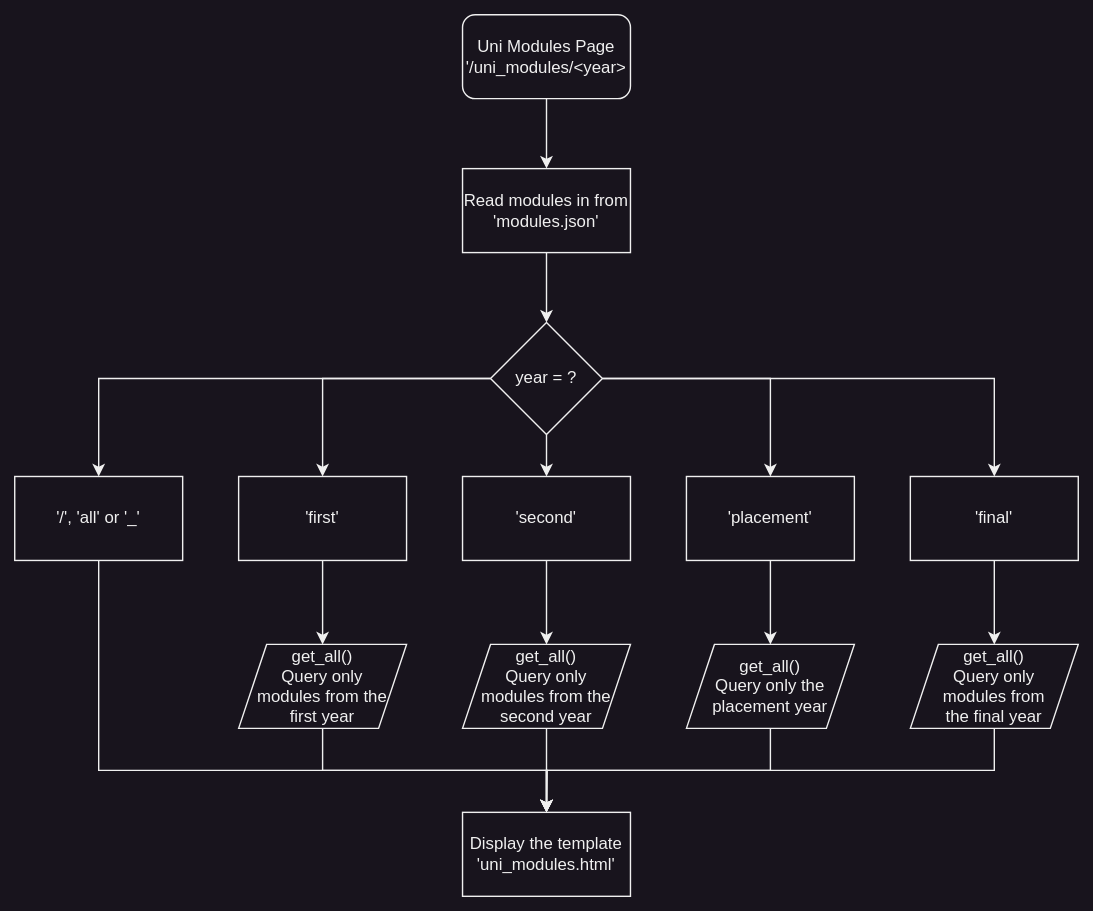
This is res/flow_diagrams/Uni_Modules.svg from corey-richardson/course-progress-tracker, a draw.io export, as it was before one commit. Source tidied: cells renumbered, new cells last; positions are measured from the earlier drawing's top-left corner, leaving out a move shared by most shapes.
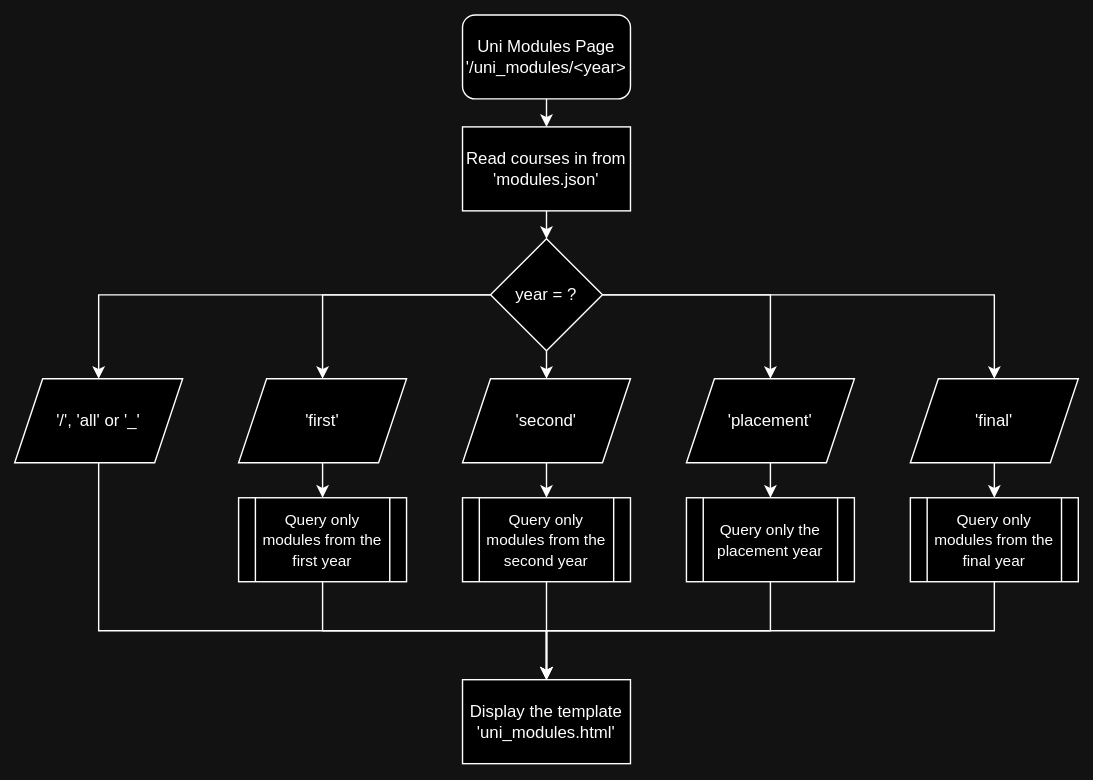
After the change.

Commit message:
Edit to flow diagrams

Diff of the diagram source:
```diff
@@ -2,99 +2,97 @@
   <root>
     <mxCell id="0" />
     <mxCell id="1" parent="0" />
-    <mxCell id="2" style="edgeStyle=orthogonalEdgeStyle;rounded=0;jettySize=auto;html=1;exitX=0.5;exitY=1;exitDx=0;exitDy=0;" parent="1" edge="1" source="3" target="30">
-      <mxGeometry relative="1" as="geometry" />
-    </mxCell>
+    <mxCell id="31" style="edgeStyle=orthogonalEdgeStyle;rounded=0;jettySize=auto;html=1;exitX=0.5;exitY=1;exitDx=0;exitDy=0;entryX=0.5;entryY=0;entryDx=0;entryDy=0;" parent="1" edge="1" source="3" target="33">
+      <mxGeometry relative="1" as="geometry" />
+    </mxCell>
-    <mxCell id="3" value="Uni Modules Page&lt;br&gt;'/uni_modules/&amp;lt;year&lt;span style=&quot;background-color: initial;&quot;&gt;&amp;gt;&lt;/span&gt;" style="rounded=1;whiteSpace=wrap;html=1;" parent="1" vertex="1">
-      <mxGeometry x="320" width="120" height="60" as="geometry" />
+    <mxCell id="3" value="Uni Modules Page&lt;br&gt;'/uni_modules/&amp;lt;year&amp;gt;" style="rounded=1;whiteSpace=wrap;html=1;" parent="1" vertex="1">
+      <mxGeometry x="320" y="70" width="120" height="60" as="geometry" />
     </mxCell>
-    <mxCell id="4" style="edgeStyle=orthogonalEdgeStyle;rounded=0;jettySize=auto;html=1;exitX=0.5;exitY=1;exitDx=0;exitDy=0;entryX=0.5;entryY=0;entryDx=0;entryDy=0;" parent="1" edge="1" source="5" target="17">
-      <mxGeometry relative="1" as="geometry" />
-    </mxCell>
-    <mxCell id="5" value="'second'" style="rounded=0;whiteSpace=wrap;html=1;" parent="1" vertex="1">
-      <mxGeometry x="320" y="330" width="120" height="60" as="geometry" />
-    </mxCell>
-    <mxCell id="6" style="edgeStyle=orthogonalEdgeStyle;rounded=0;jettySize=auto;html=1;exitX=0.5;exitY=1;exitDx=0;exitDy=0;entryX=0.5;entryY=0;entryDx=0;entryDy=0;" parent="1" edge="1" source="7" target="15">
-      <mxGeometry relative="1" as="geometry" />
-    </mxCell>
-    <mxCell id="7" value="'first'" style="rounded=0;whiteSpace=wrap;html=1;" parent="1" vertex="1">
-      <mxGeometry x="160" y="330" width="120" height="60" as="geometry" />
-    </mxCell>
-    <mxCell id="8" style="edgeStyle=orthogonalEdgeStyle;rounded=0;jettySize=auto;html=1;exitX=0.5;exitY=1;exitDx=0;exitDy=0;entryX=0.5;entryY=0;entryDx=0;entryDy=0;" parent="1" edge="1" source="9" target="19">
-      <mxGeometry relative="1" as="geometry" />
-    </mxCell>
-    <mxCell id="9" value="'placement'" style="rounded=0;whiteSpace=wrap;html=1;" parent="1" vertex="1">
-      <mxGeometry x="480" y="330" width="120" height="60" as="geometry" />
-    </mxCell>
-    <mxCell id="10" style="edgeStyle=orthogonalEdgeStyle;rounded=0;jettySize=auto;html=1;exitX=0.5;exitY=1;exitDx=0;exitDy=0;entryX=0.5;entryY=0;entryDx=0;entryDy=0;" parent="1" edge="1" source="11" target="21">
-      <mxGeometry relative="1" as="geometry" />
-    </mxCell>
-    <mxCell id="11" value="'final'" style="rounded=0;whiteSpace=wrap;html=1;" parent="1" vertex="1">
-      <mxGeometry x="640" y="330" width="120" height="60" as="geometry" />
-    </mxCell>
-    <mxCell id="12" style="edgeStyle=orthogonalEdgeStyle;rounded=0;jettySize=auto;html=1;exitX=0.5;exitY=1;exitDx=0;exitDy=0;entryX=0.5;entryY=0;entryDx=0;entryDy=0;" parent="1" edge="1" source="13" target="22">
-      <mxGeometry relative="1" as="geometry">
-        <Array as="points">
-          <mxPoint x="60" y="540" />
-          <mxPoint x="380" y="540" />
-        </Array>
-      </mxGeometry>
-    </mxCell>
-    <mxCell id="13" value="'/', 'all' or '_'" style="rounded=0;whiteSpace=wrap;html=1;" parent="1" vertex="1">
-      <mxGeometry y="330" width="120" height="60" as="geometry" />
-    </mxCell>
-    <mxCell id="14" style="edgeStyle=orthogonalEdgeStyle;rounded=0;jettySize=auto;html=1;exitX=0.5;exitY=1;exitDx=0;exitDy=0;" parent="1" edge="1" source="15">
-      <mxGeometry relative="1" as="geometry">
-        <mxPoint x="380" y="570" as="targetPoint" />
-      </mxGeometry>
-    </mxCell>
-    <mxCell id="15" value="get_all()&lt;br&gt;Query only&lt;br&gt;modules from the &lt;br&gt;first year" style="shape=parallelogram;perimeter=parallelogramPerimeter;whiteSpace=wrap;html=1;fixedSize=1;" parent="1" vertex="1">
-      <mxGeometry x="160" y="450" width="120" height="60" as="geometry" />
-    </mxCell>
-    <mxCell id="16" style="edgeStyle=orthogonalEdgeStyle;rounded=0;jettySize=auto;html=1;exitX=0.5;exitY=1;exitDx=0;exitDy=0;entryX=0.5;entryY=0;entryDx=0;entryDy=0;" parent="1" edge="1" source="17" target="22">
-      <mxGeometry relative="1" as="geometry" />
-    </mxCell>
-    <mxCell id="17" value="get_all()&lt;br&gt;Query only &lt;br&gt;modules from the second year" style="shape=parallelogram;perimeter=parallelogramPerimeter;whiteSpace=wrap;html=1;fixedSize=1;" parent="1" vertex="1">
-      <mxGeometry x="320" y="450" width="120" height="60" as="geometry" />
-    </mxCell>
-    <mxCell id="18" style="edgeStyle=orthogonalEdgeStyle;rounded=0;jettySize=auto;html=1;exitX=0.5;exitY=1;exitDx=0;exitDy=0;entryX=0.5;entryY=0;entryDx=0;entryDy=0;" parent="1" edge="1" source="19" target="22">
-      <mxGeometry relative="1" as="geometry" />
-    </mxCell>
-    <mxCell id="19" value="get_all()&lt;br&gt;Query only the placement year" style="shape=parallelogram;perimeter=parallelogramPerimeter;whiteSpace=wrap;html=1;fixedSize=1;" parent="1" vertex="1">
-      <mxGeometry x="480" y="450" width="120" height="60" as="geometry" />
-    </mxCell>
-    <mxCell id="20" style="edgeStyle=orthogonalEdgeStyle;rounded=0;jettySize=auto;html=1;exitX=0.5;exitY=1;exitDx=0;exitDy=0;entryX=0.5;entryY=0;entryDx=0;entryDy=0;" parent="1" edge="1" source="21" target="22">
-      <mxGeometry relative="1" as="geometry" />
-    </mxCell>
-    <mxCell id="21" value="get_all()&lt;br&gt;Query only &lt;br&gt;modules from &lt;br&gt;the final year" style="shape=parallelogram;perimeter=parallelogramPerimeter;whiteSpace=wrap;html=1;fixedSize=1;" parent="1" vertex="1">
-      <mxGeometry x="640" y="450" width="120" height="60" as="geometry" />
-    </mxCell>
     <mxCell id="22" value="Display the template 'uni_modules.html'" style="rounded=0;whiteSpace=wrap;html=1;" parent="1" vertex="1">
-      <mxGeometry x="320" y="570" width="120" height="60" as="geometry" />
+      <mxGeometry x="320" y="545" width="120" height="60" as="geometry" />
     </mxCell>
+    <mxCell id="24" style="edgeStyle=orthogonalEdgeStyle;rounded=0;jettySize=auto;html=1;exitX=0.5;exitY=1;exitDx=0;exitDy=0;entryX=0.5;entryY=0;entryDx=0;entryDy=0;" parent="1" edge="1" source="28" target="5">
+      <mxGeometry relative="1" as="geometry" />
+    </mxCell>
     <mxCell id="23" style="edgeStyle=orthogonalEdgeStyle;rounded=0;jettySize=auto;html=1;exitX=0;exitY=0.5;exitDx=0;exitDy=0;entryX=0.5;entryY=0;entryDx=0;entryDy=0;" parent="1" edge="1" source="28" target="13">
       <mxGeometry relative="1" as="geometry" />
     </mxCell>
-    <mxCell id="24" style="edgeStyle=orthogonalEdgeStyle;rounded=0;jettySize=auto;html=1;exitX=0.5;exitY=1;exitDx=0;exitDy=0;entryX=0.5;entryY=0;entryDx=0;entryDy=0;" parent="1" edge="1" source="28" target="5">
-      <mxGeometry relative="1" as="geometry" />
-    </mxCell>
     <mxCell id="25" style="edgeStyle=orthogonalEdgeStyle;rounded=0;jettySize=auto;html=1;exitX=1;exitY=0.5;exitDx=0;exitDy=0;entryX=0.5;entryY=0;entryDx=0;entryDy=0;" parent="1" edge="1" source="28" target="11">
       <mxGeometry relative="1" as="geometry" />
     </mxCell>
-    <mxCell id="26" style="edgeStyle=orthogonalEdgeStyle;rounded=0;jettySize=auto;html=1;exitX=0;exitY=0.5;exitDx=0;exitDy=0;" parent="1" edge="1" source="28" target="7">
+    <mxCell id="26" style="edgeStyle=orthogonalEdgeStyle;rounded=0;jettySize=auto;html=1;exitX=0;exitY=0.5;exitDx=0;exitDy=0;entryX=0.5;entryY=0;entryDx=0;entryDy=0;" parent="1" edge="1" source="28" target="7">
       <mxGeometry relative="1" as="geometry" />
     </mxCell>
     <mxCell id="27" style="edgeStyle=orthogonalEdgeStyle;rounded=0;jettySize=auto;html=1;exitX=1;exitY=0.5;exitDx=0;exitDy=0;entryX=0.5;entryY=0;entryDx=0;entryDy=0;" parent="1" edge="1" source="28" target="9">
       <mxGeometry relative="1" as="geometry" />
     </mxCell>
     <mxCell id="28" value="year = ?" style="rhombus;whiteSpace=wrap;html=1;" parent="1" vertex="1">
-      <mxGeometry x="340" y="220" width="80" height="80" as="geometry" />
+      <mxGeometry x="340" y="230" width="80" height="80" as="geometry" />
     </mxCell>
-    <mxCell id="29" style="edgeStyle=orthogonalEdgeStyle;rounded=0;jettySize=auto;html=1;exitX=0.5;exitY=1;exitDx=0;exitDy=0;entryX=0.5;entryY=0;entryDx=0;entryDy=0;" parent="1" edge="1" source="30" target="28">
-      <mxGeometry relative="1" as="geometry" />
-    </mxCell>
-    <mxCell id="30" value="Read modules in from 'modules.json'" style="rounded=0;whiteSpace=wrap;html=1;" parent="1" vertex="1">
-      <mxGeometry x="320" y="110" width="120" height="60" as="geometry" />
-    </mxCell>
+    <mxCell id="32" style="edgeStyle=orthogonalEdgeStyle;rounded=0;jettySize=auto;html=1;exitX=0.5;exitY=1;exitDx=0;exitDy=0;entryX=0.5;entryY=0;entryDx=0;entryDy=0;" parent="1" edge="1" source="33" target="28">
+      <mxGeometry relative="1" as="geometry" />
+    </mxCell>
+    <mxCell id="33" value="Read courses in from&lt;br&gt;'modules.json'" style="rounded=0;whiteSpace=wrap;html=1;" parent="1" vertex="1">
+      <mxGeometry x="320" y="150" width="120" height="60" as="geometry" />
+    </mxCell>
+    <mxCell id="34" style="edgeStyle=orthogonalEdgeStyle;rounded=0;jettySize=auto;html=1;exitX=0.5;exitY=1;exitDx=0;exitDy=0;entryX=0.5;entryY=0;entryDx=0;entryDy=0;" parent="1" edge="1" source="35" target="22">
+      <mxGeometry relative="1" as="geometry" />
+    </mxCell>
+    <mxCell id="35" value="&lt;font style=&quot;font-size: 11px;&quot;&gt;Query only modules from the first year&lt;/font&gt;" style="shape=process;whiteSpace=wrap;html=1;backgroundOutline=1;" parent="1" vertex="1">
+      <mxGeometry x="160" y="415" width="120" height="60" as="geometry" />
+    </mxCell>
+    <mxCell id="36" style="edgeStyle=orthogonalEdgeStyle;rounded=0;jettySize=auto;html=1;exitX=0.5;exitY=1;exitDx=0;exitDy=0;entryX=0.5;entryY=0;entryDx=0;entryDy=0;" parent="1" edge="1" source="7" target="35">
+      <mxGeometry relative="1" as="geometry" />
+    </mxCell>
+    <mxCell id="7" value="'first'" style="shape=parallelogram;perimeter=parallelogramPerimeter;whiteSpace=wrap;html=1;fixedSize=1;" parent="1" vertex="1">
+      <mxGeometry x="160" y="330" width="120" height="60" as="geometry" />
+    </mxCell>
+    <mxCell id="37" style="edgeStyle=orthogonalEdgeStyle;rounded=0;jettySize=auto;html=1;exitX=0.5;exitY=1;exitDx=0;exitDy=0;entryX=0.5;entryY=0;entryDx=0;entryDy=0;" parent="1" edge="1" source="38" target="22">
+      <mxGeometry relative="1" as="geometry" />
+    </mxCell>
+    <mxCell id="38" value="&lt;font style=&quot;font-size: 11px;&quot;&gt;Query only modules from the second year&lt;/font&gt;" style="shape=process;whiteSpace=wrap;html=1;backgroundOutline=1;" parent="1" vertex="1">
+      <mxGeometry x="320" y="415" width="120" height="60" as="geometry" />
+    </mxCell>
+    <mxCell id="39" style="edgeStyle=orthogonalEdgeStyle;rounded=0;jettySize=auto;html=1;exitX=0.5;exitY=1;exitDx=0;exitDy=0;entryX=0.5;entryY=0;entryDx=0;entryDy=0;" parent="1" edge="1" source="5" target="38">
+      <mxGeometry relative="1" as="geometry" />
+    </mxCell>
+    <mxCell id="5" value="'second'" style="shape=parallelogram;perimeter=parallelogramPerimeter;whiteSpace=wrap;html=1;fixedSize=1;" parent="1" vertex="1">
+      <mxGeometry x="320" y="330" width="120" height="60" as="geometry" />
+    </mxCell>
+    <mxCell id="40" style="edgeStyle=orthogonalEdgeStyle;rounded=0;jettySize=auto;html=1;exitX=0.5;exitY=1;exitDx=0;exitDy=0;entryX=0.5;entryY=0;entryDx=0;entryDy=0;" parent="1" edge="1" source="41" target="22">
+      <mxGeometry relative="1" as="geometry" />
+    </mxCell>
+    <mxCell id="41" value="&lt;font style=&quot;font-size: 11px;&quot;&gt;Query only the &lt;br&gt;placement year&lt;/font&gt;" style="shape=process;whiteSpace=wrap;html=1;backgroundOutline=1;" parent="1" vertex="1">
+      <mxGeometry x="480" y="415" width="120" height="60" as="geometry" />
+    </mxCell>
+    <mxCell id="42" style="edgeStyle=orthogonalEdgeStyle;rounded=0;jettySize=auto;html=1;exitX=0.5;exitY=1;exitDx=0;exitDy=0;entryX=0.5;entryY=0;entryDx=0;entryDy=0;" parent="1" edge="1" source="9" target="41">
+      <mxGeometry relative="1" as="geometry" />
+    </mxCell>
+    <mxCell id="9" value="'placement'" style="shape=parallelogram;perimeter=parallelogramPerimeter;whiteSpace=wrap;html=1;fixedSize=1;" parent="1" vertex="1">
+      <mxGeometry x="480" y="330" width="120" height="60" as="geometry" />
+    </mxCell>
+    <mxCell id="43" style="edgeStyle=orthogonalEdgeStyle;rounded=0;jettySize=auto;html=1;exitX=0.5;exitY=1;exitDx=0;exitDy=0;entryX=0.5;entryY=0;entryDx=0;entryDy=0;" parent="1" edge="1" source="44" target="22">
+      <mxGeometry relative="1" as="geometry" />
+    </mxCell>
+    <mxCell id="44" value="&lt;font style=&quot;font-size: 11px;&quot;&gt;Query only modules from the final year&lt;/font&gt;" style="shape=process;whiteSpace=wrap;html=1;backgroundOutline=1;" parent="1" vertex="1">
+      <mxGeometry x="640" y="415" width="120" height="60" as="geometry" />
+    </mxCell>
+    <mxCell id="45" style="edgeStyle=orthogonalEdgeStyle;rounded=0;jettySize=auto;html=1;exitX=0.5;exitY=1;exitDx=0;exitDy=0;entryX=0.5;entryY=0;entryDx=0;entryDy=0;" parent="1" edge="1" source="11" target="44">
+      <mxGeometry relative="1" as="geometry" />
+    </mxCell>
+    <mxCell id="11" value="'final'" style="shape=parallelogram;perimeter=parallelogramPerimeter;whiteSpace=wrap;html=1;fixedSize=1;" parent="1" vertex="1">
+      <mxGeometry x="640" y="330" width="120" height="60" as="geometry" />
+    </mxCell>
+    <mxCell id="12" style="edgeStyle=orthogonalEdgeStyle;rounded=0;jettySize=auto;html=1;exitX=0.5;exitY=1;exitDx=0;exitDy=0;entryX=0.5;entryY=0;entryDx=0;entryDy=0;" parent="1" edge="1" source="13" target="22">
+      <mxGeometry relative="1" as="geometry">
+        <Array as="points">
+          <mxPoint x="60" y="510" />
+          <mxPoint x="380" y="510" />
+        </Array>
+      </mxGeometry>
+    </mxCell>
+    <mxCell id="13" value="'/', 'all' or '_'" style="shape=parallelogram;perimeter=parallelogramPerimeter;whiteSpace=wrap;html=1;fixedSize=1;" parent="1" vertex="1">
+      <mxGeometry y="330" width="120" height="60" as="geometry" />
+    </mxCell>
   </root>
 </mxGraphModel>
```
